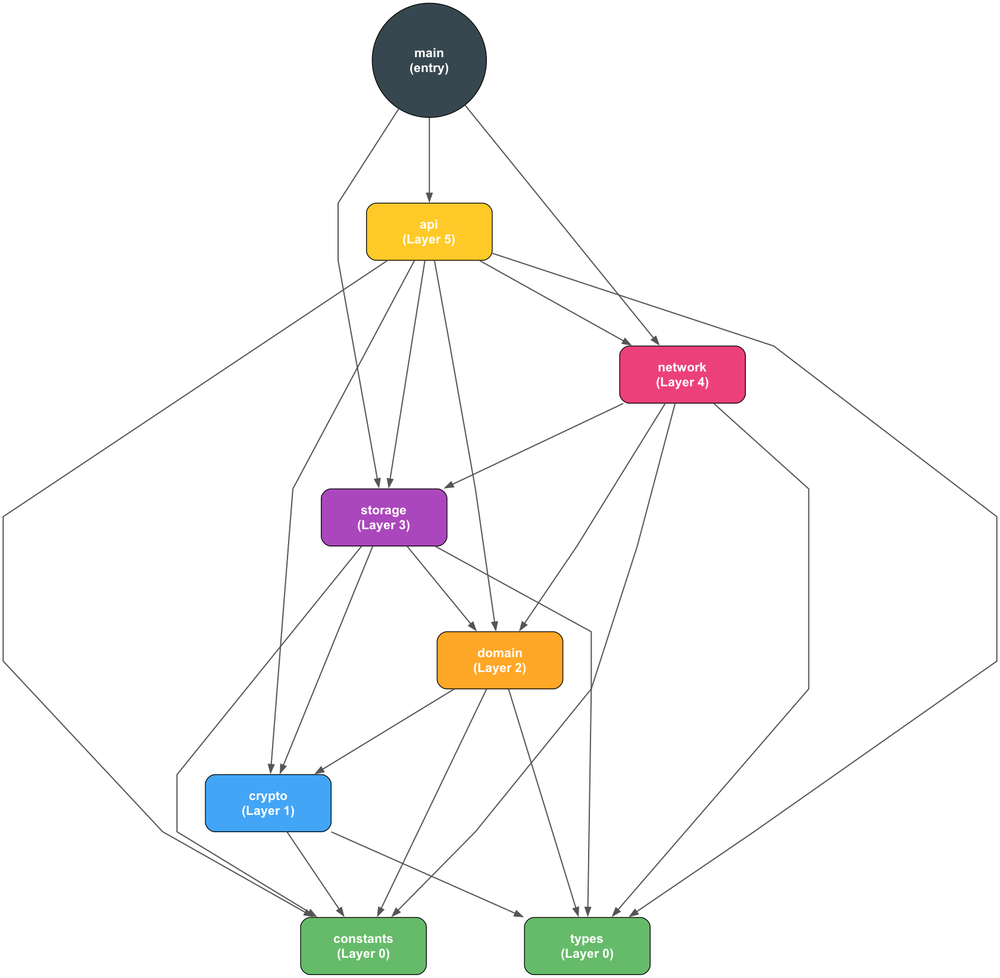
The Graphviz diagram docs/module-structure.png in aram-devdocs/goud_chain, before a commit. Its source is kept beside it as docs/module-structure.dot.
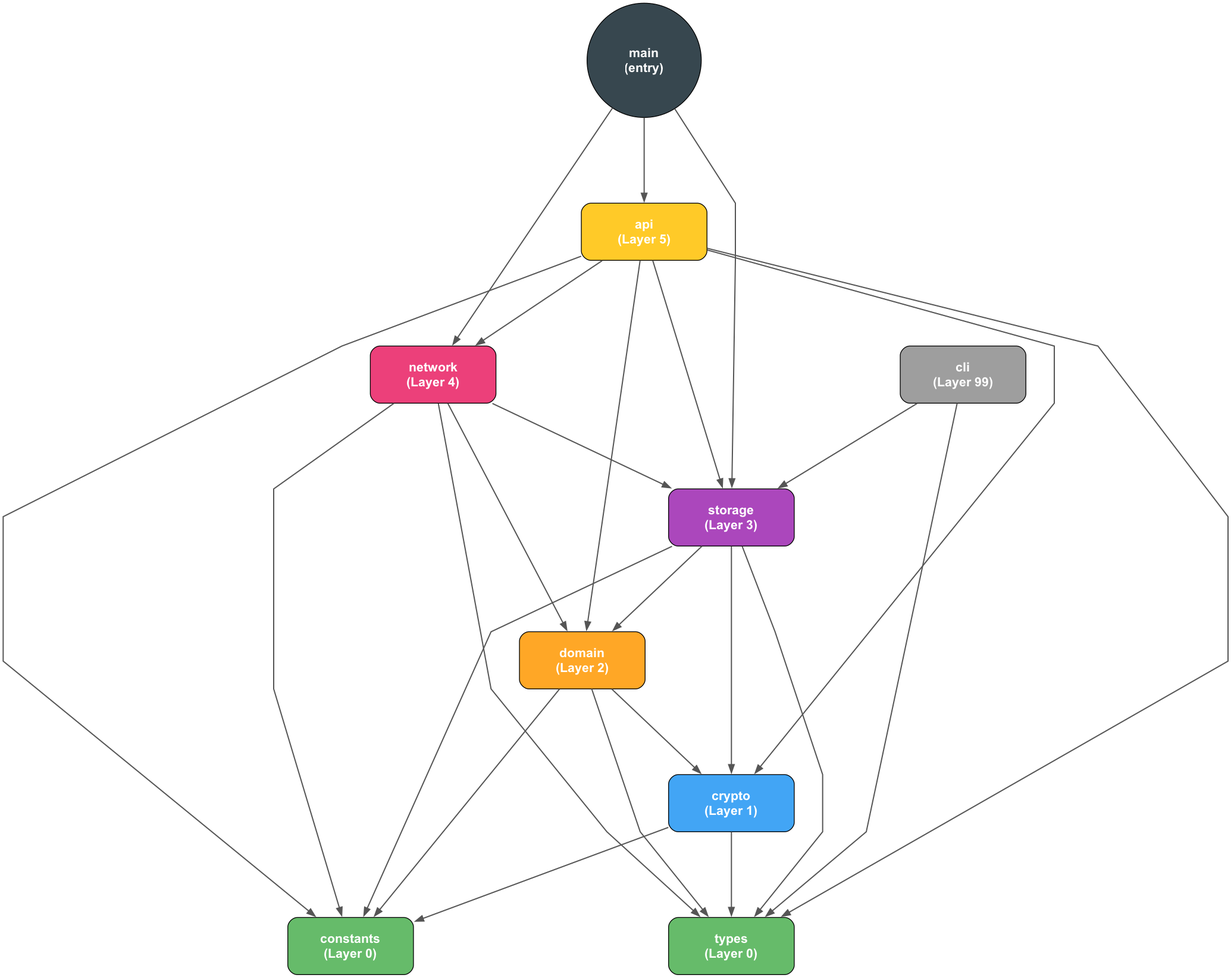
Later version of the same file.

What changed in the source:
```diff
@@ -11,6 +11,7 @@
 
 
     api [label="api\n(Layer 5)", fillcolor="#ffca28", fontcolor="white"];
+    cli [label="cli\n(Layer 99)", fillcolor="#9e9e9e", fontcolor="white"];
     constants [label="constants\n(Layer 0)", fillcolor="#66bb6a", fontcolor="white"];
     crypto [label="crypto\n(Layer 1)", fillcolor="#42a5f5", fontcolor="white"];
     domain [label="domain\n(Layer 2)", fillcolor="#ffa726", fontcolor="white"];
@@ -24,6 +25,7 @@
     {rank=same; storage;}
     {rank=same; network;}
     {rank=same; api;}
+    {rank=same; cli;}
 
     constants -> types [style=invis];
 
@@ -33,6 +35,8 @@
     api -> network;
     api -> storage;
     api -> types;
+    cli -> storage;
+    cli -> types;
     crypto -> constants;
     crypto -> types;
     domain -> constants;
```
